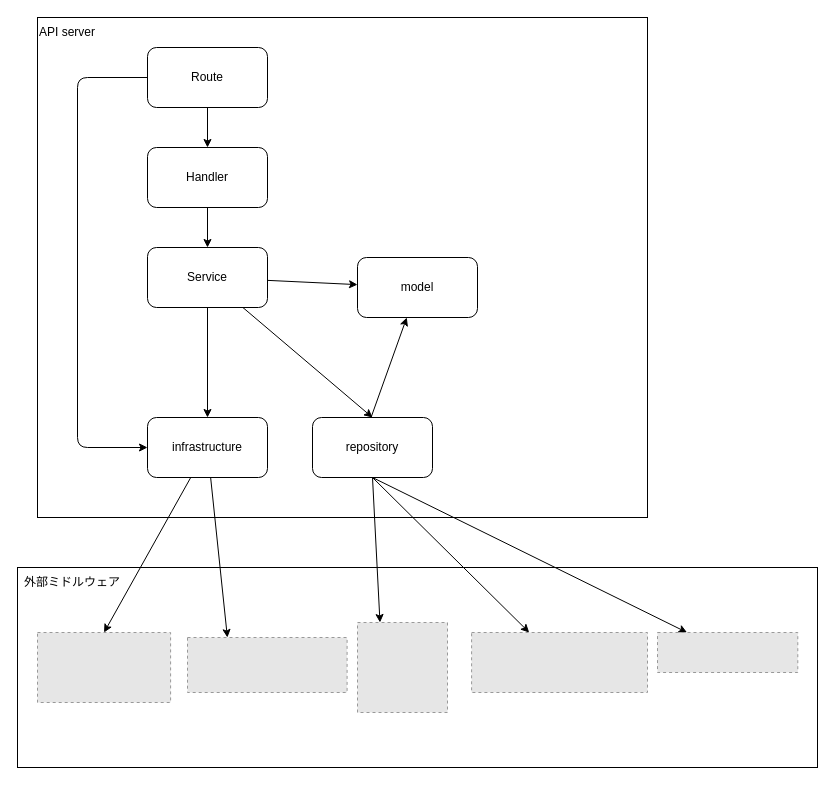
Above: architecture.dio in takehanKosuke/go-gin-init-v2 (draw.io), before the change. Source tidied: cells renumbered, new cells numbered last; positions are measured from the earlier drawing's top-left corner, leaving out a move shared by most shapes. Both pictures are drawn from the tidied source at 100%, with x=0, y=0 at pixel (17, 17). Pictures stored in the file or linked from it are replaced by grey dashed boxes.
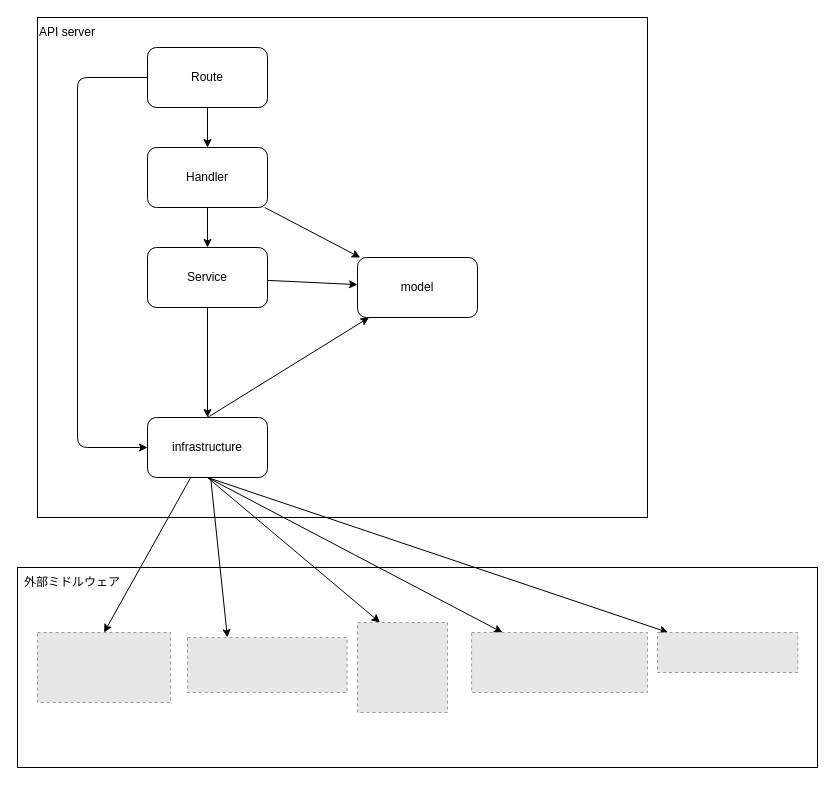
After the change.

Unchanged cells that the change refers to:
```xml
<mxCell id="5" value="Handler" style="rounded=1;whiteSpace=wrap;html=1;" parent="1" vertex="1">
  <mxGeometry x="130" y="130" width="120" height="60" as="geometry" />
</mxCell>
<mxCell id="9" value="Service" style="rounded=1;whiteSpace=wrap;html=1;" parent="1" vertex="1">
  <mxGeometry x="130" y="230" width="120" height="60" as="geometry" />
</mxCell>
<mxCell id="10" value="model" style="rounded=1;whiteSpace=wrap;html=1;" parent="1" vertex="1">
  <mxGeometry x="340" y="240" width="120" height="60" as="geometry" />
</mxCell>
<mxCell id="17" value="infrastructure" style="rounded=1;whiteSpace=wrap;html=1;" parent="1" vertex="1">
  <mxGeometry x="130" y="400" width="120" height="60" as="geometry" />
</mxCell>
<mxCell id="24" style="fillColor=#E6E6E6;strokeColor=#999999;dashed=1;verticalLabelPosition=bottom;labelBackgroundColor=default;verticalAlign=top;" parent="1" vertex="1">
  <mxGeometry x="640" y="615" width="140.3" height="40" as="geometry" />
</mxCell>
<mxCell id="25" style="fillColor=#E6E6E6;strokeColor=#999999;dashed=1;verticalLabelPosition=bottom;labelBackgroundColor=default;verticalAlign=top;" parent="1" vertex="1">
  <mxGeometry x="340" y="605" width="90" height="90" as="geometry" />
</mxCell>
<mxCell id="26" style="fillColor=#E6E6E6;strokeColor=#999999;dashed=1;verticalLabelPosition=bottom;labelBackgroundColor=default;verticalAlign=top;" parent="1" vertex="1">
  <mxGeometry x="454.1" y="615" width="175.9" height="60" as="geometry" />
</mxCell>
```

Diff of the diagram source:
```diff
@@
+    <mxCell id="8" style="edgeStyle=none;html=1;" parent="1" edge="1" source="5" target="10">
+      <mxGeometry relative="1" as="geometry" />
+    </mxCell>
@@
-    <mxCell id="8" style="edgeStyle=none;html=1;entryX=0.5;entryY=0;entryDx=0;entryDy=0;" parent="1" edge="1" source="9" target="28">
-      <mxGeometry relative="1" as="geometry" />
-    </mxCell>
@@
-    <mxCell id="11" style="edgeStyle=none;html=1;exitX=0.458;exitY=0.167;exitDx=0;exitDy=0;exitPerimeter=0;" parent="1" edge="1" source="28" target="10">
+    <mxCell id="11" style="edgeStyle=none;html=1;exitX=0.5;exitY=0;exitDx=0;exitDy=0;" parent="1" edge="1" source="17" target="10">
       <mxGeometry relative="1" as="geometry" />
     </mxCell>
@@
-    <mxCell id="13" style="edgeStyle=none;html=1;exitX=0.5;exitY=1;exitDx=0;exitDy=0;" parent="1" edge="1" source="28" target="24">
+    <mxCell id="13" style="edgeStyle=none;html=1;exitX=0.5;exitY=1;exitDx=0;exitDy=0;" parent="1" edge="1" source="17" target="24">
       <mxGeometry relative="1" as="geometry" />
     </mxCell>
-    <mxCell id="14" style="edgeStyle=none;html=1;entryX=0.25;entryY=0;entryDx=0;entryDy=0;exitX=0.5;exitY=1;exitDx=0;exitDy=0;" parent="1" edge="1" source="28" target="25">
+    <mxCell id="14" style="edgeStyle=none;html=1;entryX=0.25;entryY=0;entryDx=0;entryDy=0;exitX=0.5;exitY=1;exitDx=0;exitDy=0;" parent="1" edge="1" source="17" target="25">
       <mxGeometry relative="1" as="geometry" />
     </mxCell>
-    <mxCell id="15" style="edgeStyle=none;html=1;exitX=0.5;exitY=1;exitDx=0;exitDy=0;" parent="1" edge="1" source="28" target="26">
+    <mxCell id="15" style="edgeStyle=none;html=1;exitX=0.5;exitY=1;exitDx=0;exitDy=0;" parent="1" edge="1" source="17" target="26">
       <mxGeometry relative="1" as="geometry" />
     </mxCell>
@@
-    <mxCell id="28" value="repository" style="rounded=1;whiteSpace=wrap;html=1;" parent="1" vertex="1">
-      <mxGeometry x="295" y="400" width="120" height="60" as="geometry" />
-    </mxCell>
```
